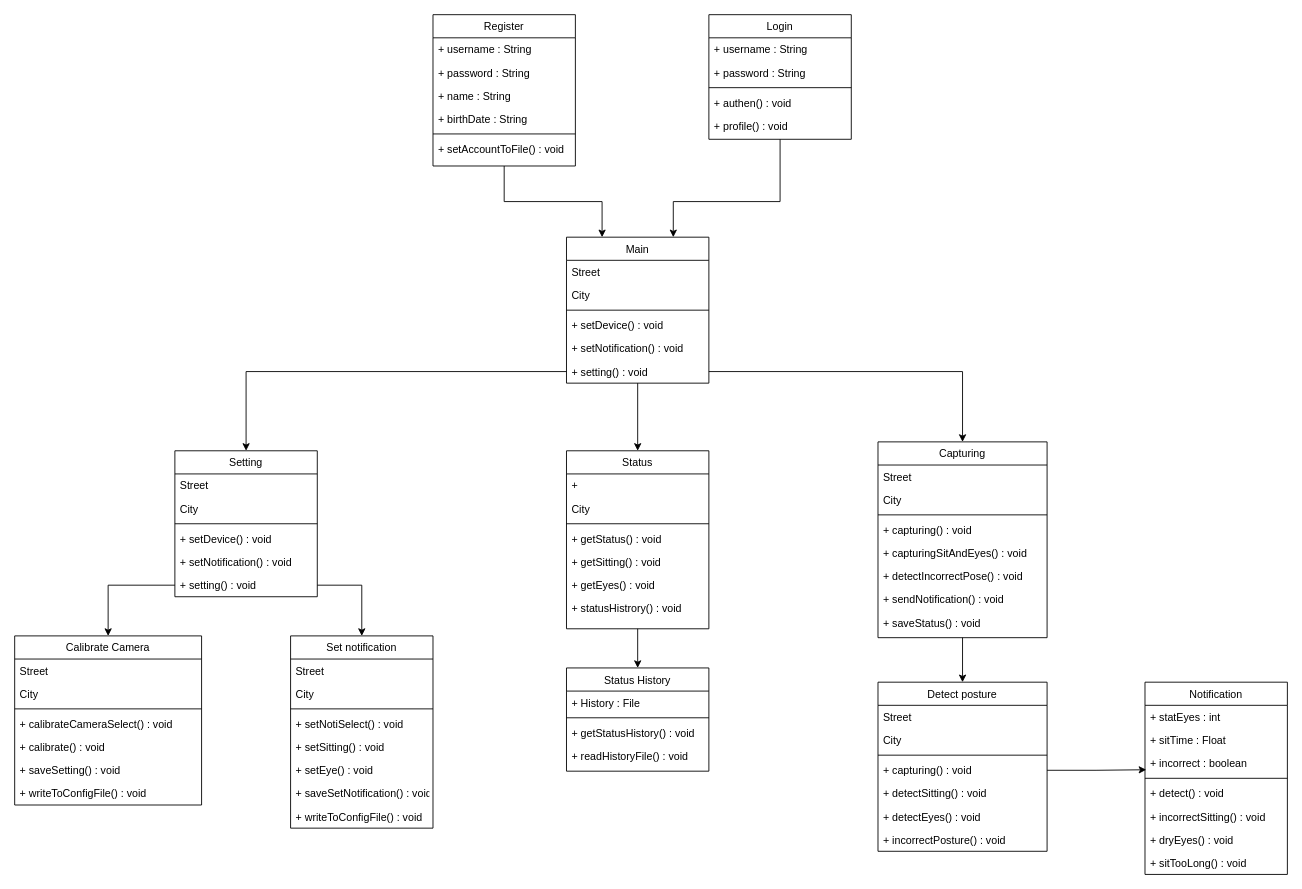
Before: Design/Class_Diagram.drawio in astrrr/Right-posture, a draw.io diagram. Source tidied: cells renumbered, new cells numbered last; positions are measured from the earlier drawing's top-left corner, leaving out a move shared by most shapes. Both pictures are drawn from the tidied source at 89%, with x=0, y=0 at pixel (14, 14).
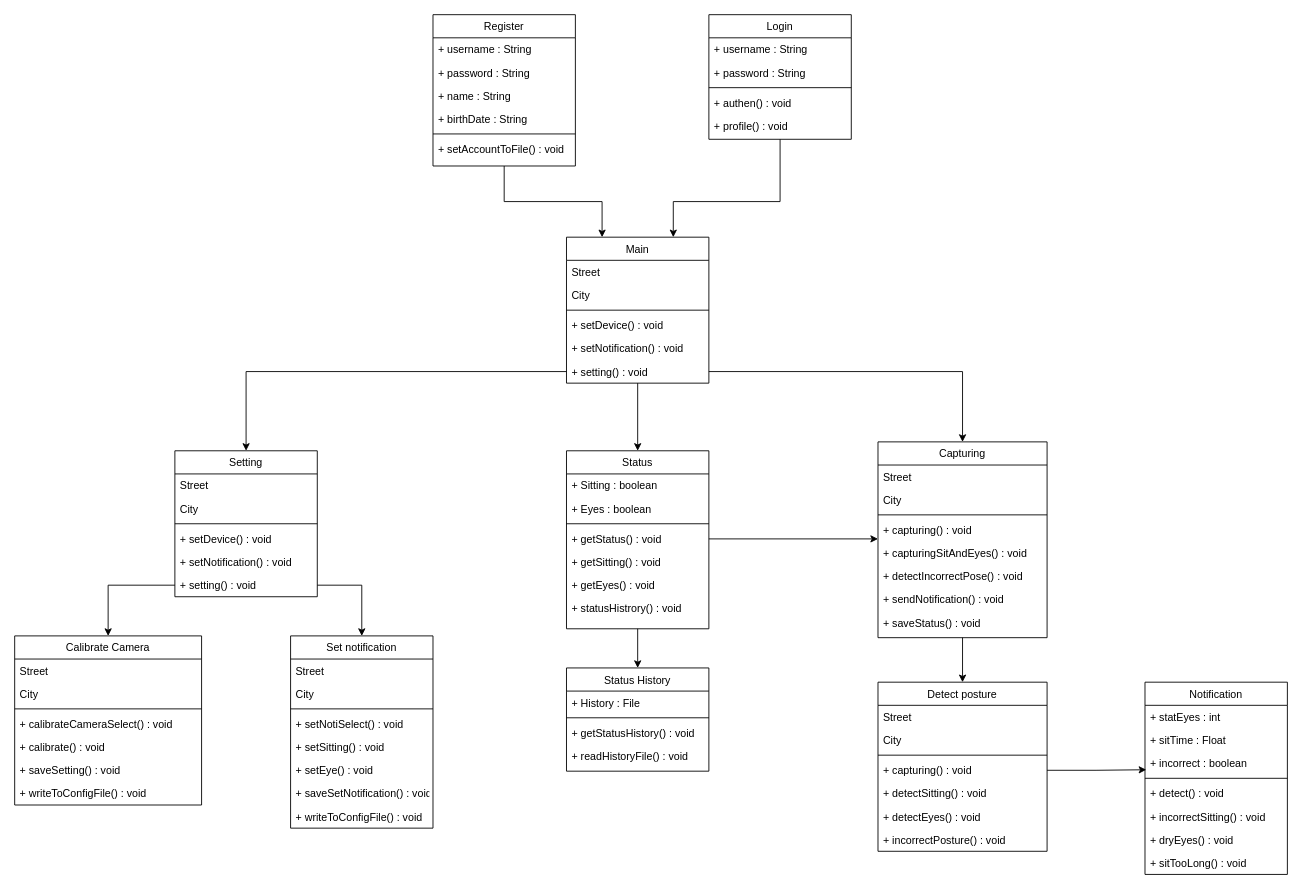
After the change.

Commit message:
Attr. Status Class_Diagram.drawio

Unchanged cells that the change refers to:
```xml
<mxCell id="25" value="Status" style="swimlane;fontStyle=0;align=center;verticalAlign=top;horizontal=1;startSize=26;rounded=0;shadow=0;strokeWidth=1;" parent="1" vertex="1">
  <mxGeometry x="620" y="490" width="160" height="200" as="geometry" />
</mxCell>
<mxCell id="29" value="+ getStatus() : void" style="text;align=left;verticalAlign=top;spacingLeft=4;spacingRight=4;overflow=hidden;points=[[0,0.5],[1,0.5]];portConstraint=eastwest;" parent="25" vertex="1">
  <mxGeometry y="86" width="160" height="26" as="geometry" />
</mxCell>
<mxCell id="60" value="+ capturing() : void" style="text;align=left;verticalAlign=top;spacingLeft=4;spacingRight=4;overflow=hidden;points=[[0,0.5],[1,0.5]];portConstraint=eastwest;" parent="56" vertex="1">
  <mxGeometry y="86" width="190" height="26" as="geometry" />
</mxCell>
```

Diff of the diagram source:
```diff
@@
-    <mxCell id="26" value="+ " style="text;align=left;verticalAlign=top;spacingLeft=4;spacingRight=4;overflow=hidden;" parent="25" vertex="1">
+    <mxCell id="26" value="+ Sitting : boolean" style="text;align=left;verticalAlign=top;spacingLeft=4;spacingRight=4;overflow=hidden;" parent="25" vertex="1">
       <mxGeometry y="26" width="160" height="26" as="geometry" />
     </mxCell>
-    <mxCell id="27" value="City" style="text;align=left;verticalAlign=top;spacingLeft=4;spacingRight=4;overflow=hidden;rounded=0;shadow=0;html=0;" parent="25" vertex="1">
+    <mxCell id="27" value="+ Eyes : boolean" style="text;align=left;verticalAlign=top;spacingLeft=4;spacingRight=4;overflow=hidden;rounded=0;shadow=0;html=0;" parent="25" vertex="1">
       <mxGeometry y="52" width="160" height="26" as="geometry" />
     </mxCell>
@@
+    <mxCell id="95" style="edgeStyle=orthogonalEdgeStyle;rounded=0;jettySize=auto;html=1;exitX=1;exitY=0.5;exitDx=0;exitDy=0;entryX=0;entryY=0.885;entryDx=0;entryDy=0;entryPerimeter=0;" parent="1" edge="1" source="29" target="60">
+      <mxGeometry relative="1" as="geometry" />
+    </mxCell>
```
